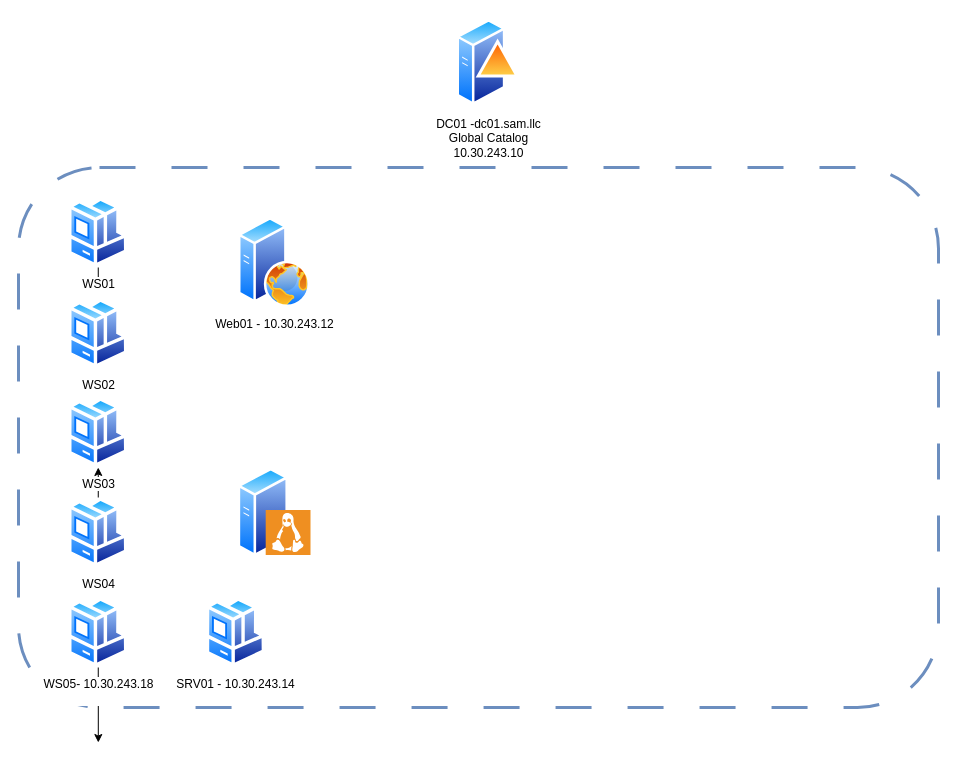
Above: Untitled Diagram.drawio in hgh7527/Network-Discovery-and-Topology-Mapping (draw.io), before the change. Source tidied: cells renumbered, new cells numbered last; positions are measured from the earlier drawing's top-left corner, leaving out a move shared by most shapes. Both pictures are drawn from the tidied source at 100%, with x=0, y=0 at pixel (18, 17).
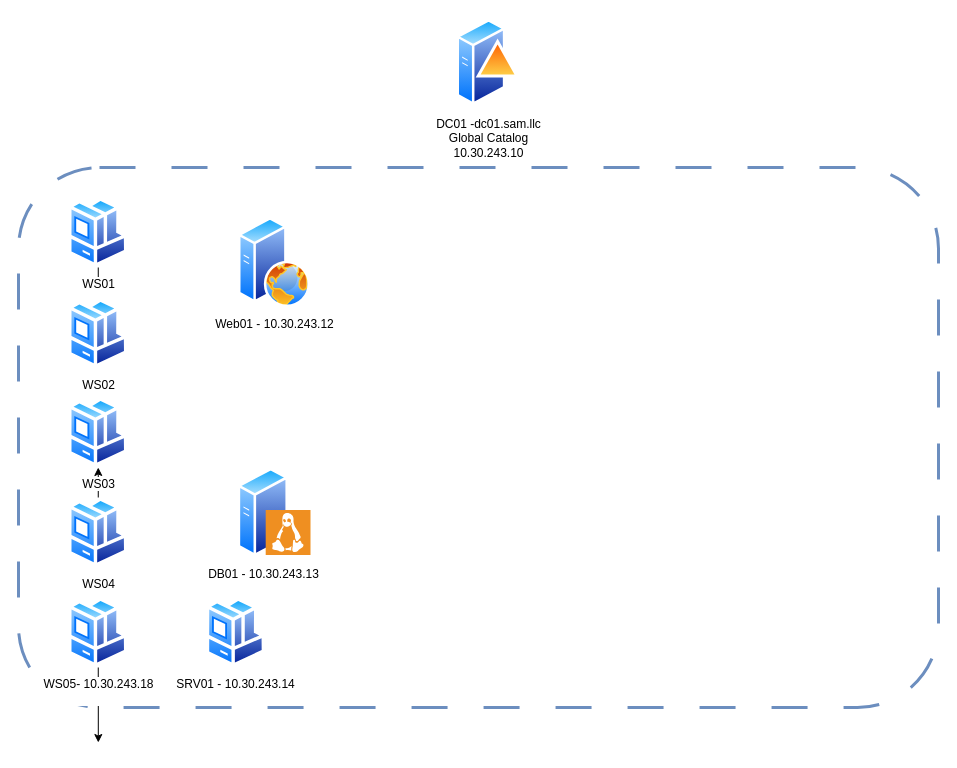
The same page after the edit.

Change to the diagram source:
```diff
@@
 <mxGraphModel>
   <root>
     <mxCell id="0" />
     <mxCell id="1" parent="0" />
     <mxCell id="2" value="DC01 -dc01.sam.llc&lt;div&gt;Global Catalog&lt;/div&gt;&lt;div&gt;10.30.243.10&lt;/div&gt;" style="image;perimeter=ellipsePerimeter;html=1;align=center;shadow=0;dashed=0;spacingTop=3;image=img/lib/active_directory/domain_controller.svg;" parent="1" vertex="1">
       <mxGeometry x="438.5" width="63" height="90" as="geometry" />
     </mxCell>
     <mxCell id="3" style="rounded=1;whiteSpace=wrap;html=1;fillColor=none;strokeColor=#6c8ebf;dashed=1;dashPattern=12 12;strokeWidth=3;" parent="1" vertex="1">
       <mxGeometry y="150" width="920" height="540" as="geometry" />
     </mxCell>
     <mxCell id="4" style="edgeStyle=orthogonalEdgeStyle;rounded=0;jettySize=auto;html=1;" parent="1" edge="1" source="5" target="9">
       <mxGeometry relative="1" as="geometry" />
     </mxCell>
     <mxCell id="5" value="&lt;div&gt;WS01&lt;/div&gt;&lt;div&gt;&lt;br&gt;&lt;/div&gt;" style="image;perimeter=ellipsePerimeter;html=1;align=center;shadow=0;dashed=0;spacingTop=3;image=img/lib/active_directory/workstation_client.svg;" parent="1" vertex="1">
       <mxGeometry x="50" y="180" width="59.5" height="70" as="geometry" />
     </mxCell>
     <mxCell id="6" style="edgeStyle=orthogonalEdgeStyle;rounded=0;jettySize=auto;html=1;" parent="1" edge="1" source="7" target="8">
       <mxGeometry relative="1" as="geometry" />
     </mxCell>
     <mxCell id="7" value="WS04" style="image;perimeter=ellipsePerimeter;html=1;align=center;shadow=0;dashed=0;spacingTop=3;image=img/lib/active_directory/workstation_client.svg;" parent="1" vertex="1">
       <mxGeometry x="50" y="480" width="59.5" height="70" as="geometry" />
     </mxCell>
     <mxCell id="8" value="WS03" style="image;perimeter=ellipsePerimeter;html=1;align=center;shadow=0;dashed=0;spacingTop=3;image=img/lib/active_directory/workstation_client.svg;" parent="1" vertex="1">
       <mxGeometry x="50" y="380" width="59.5" height="70" as="geometry" />
     </mxCell>
     <mxCell id="9" value="WS02" style="image;perimeter=ellipsePerimeter;html=1;align=center;shadow=0;dashed=0;spacingTop=3;image=img/lib/active_directory/workstation_client.svg;" parent="1" vertex="1">
       <mxGeometry x="50" y="281" width="59.5" height="70" as="geometry" />
     </mxCell>
     <mxCell id="10" style="edgeStyle=orthogonalEdgeStyle;rounded=0;jettySize=auto;html=1;" parent="1" edge="1" source="11">
       <mxGeometry relative="1" as="geometry">
         <mxPoint x="79.8" y="725" as="targetPoint" />
       </mxGeometry>
     </mxCell>
     <mxCell id="11" value="WS05- 10.30.243.18&lt;div&gt;&lt;br&gt;&lt;/div&gt;" style="image;perimeter=ellipsePerimeter;html=1;align=center;shadow=0;dashed=0;spacingTop=3;image=img/lib/active_directory/workstation_client.svg;" parent="1" vertex="1">
       <mxGeometry x="50" y="580" width="59.5" height="70" as="geometry" />
     </mxCell>
     <mxCell id="12" value="Web01 - 10.30.243.12&lt;div&gt;&lt;br&gt;&lt;/div&gt;" style="image;perimeter=ellipsePerimeter;html=1;align=center;shadow=0;dashed=0;spacingTop=3;image=img/lib/active_directory/web_server.svg;" parent="1" vertex="1">
       <mxGeometry x="220" y="200" width="72" height="90" as="geometry" />
     </mxCell>
-    <mxCell id="13" style="image;perimeter=ellipsePerimeter;html=1;align=center;shadow=0;dashed=0;spacingTop=3;image=img/lib/active_directory/generic_server.svg;" parent="1" vertex="1">
+    <mxCell id="13" value="DB01 - 10.30.243.13" style="image;perimeter=ellipsePerimeter;html=1;align=center;shadow=0;dashed=0;spacingTop=3;image=img/lib/active_directory/generic_server.svg;" parent="1" vertex="1">
       <mxGeometry x="219.6" y="450" width="50.4" height="90" as="geometry" />
     </mxCell>
     <mxCell id="14" style="shadow=0;dashed=0;html=1;strokeColor=none;fillColor=#EF8F21;labelPosition=center;verticalLabelPosition=bottom;verticalAlign=top;align=center;shape=mxgraph.veeam.linux;" parent="1" vertex="1">
       <mxGeometry x="247.2" y="492.6" width="44.8" height="44.8" as="geometry" />
     </mxCell>
     <mxCell id="15" value="&lt;div&gt;SRV01 - 10.30.243.14&lt;/div&gt;&lt;div&gt;&lt;br&gt;&lt;/div&gt;" style="image;perimeter=ellipsePerimeter;html=1;align=center;shadow=0;dashed=0;spacingTop=3;image=img/lib/active_directory/workstation_client.svg;" parent="1" vertex="1">
       <mxGeometry x="187.7" y="580" width="59.5" height="70" as="geometry" />
     </mxCell>
   </root>
 </mxGraphModel>
```
